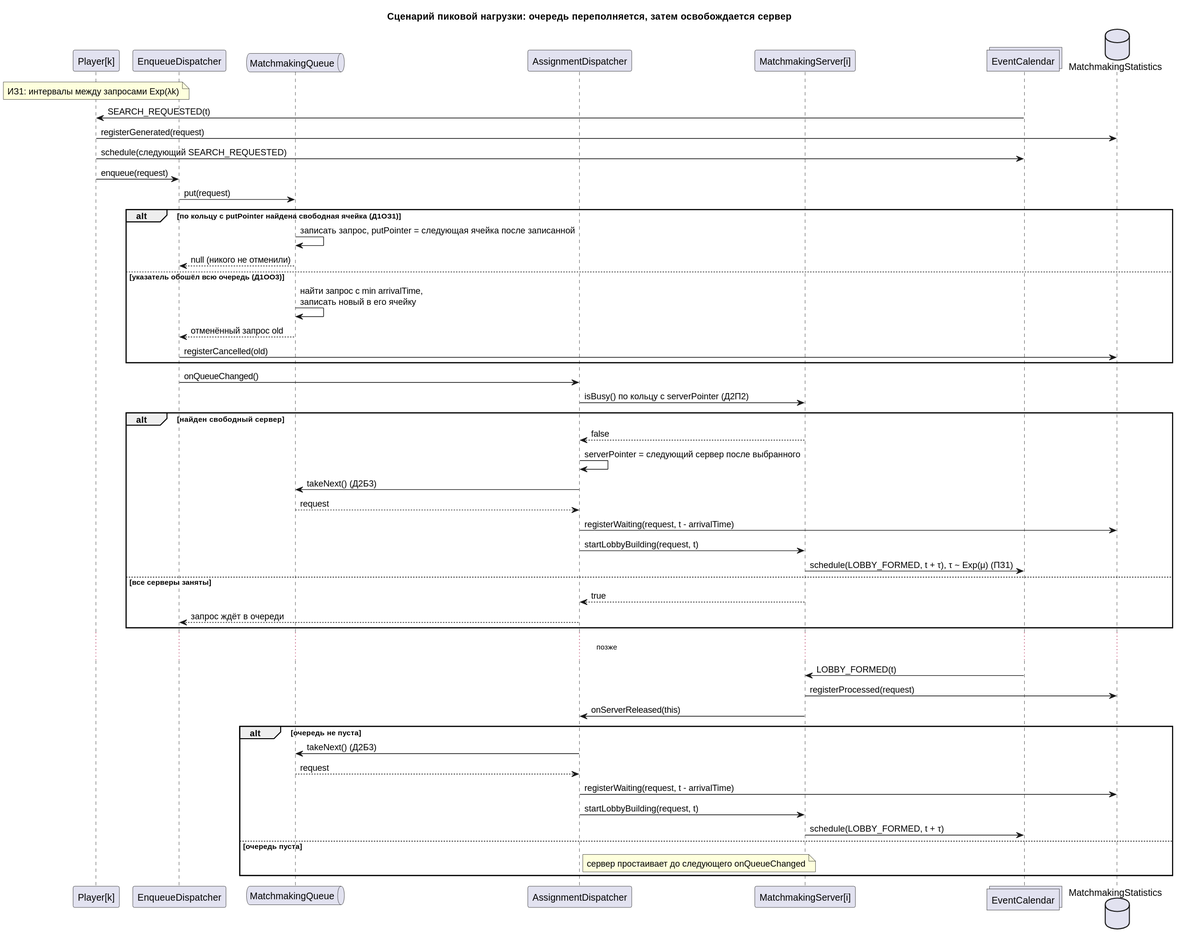
This is artifacts/imgs/peak-load-scenario.svg from Exam-Play/smo-faceit-matchmaking, a PlantUML export, as it was before one commit.
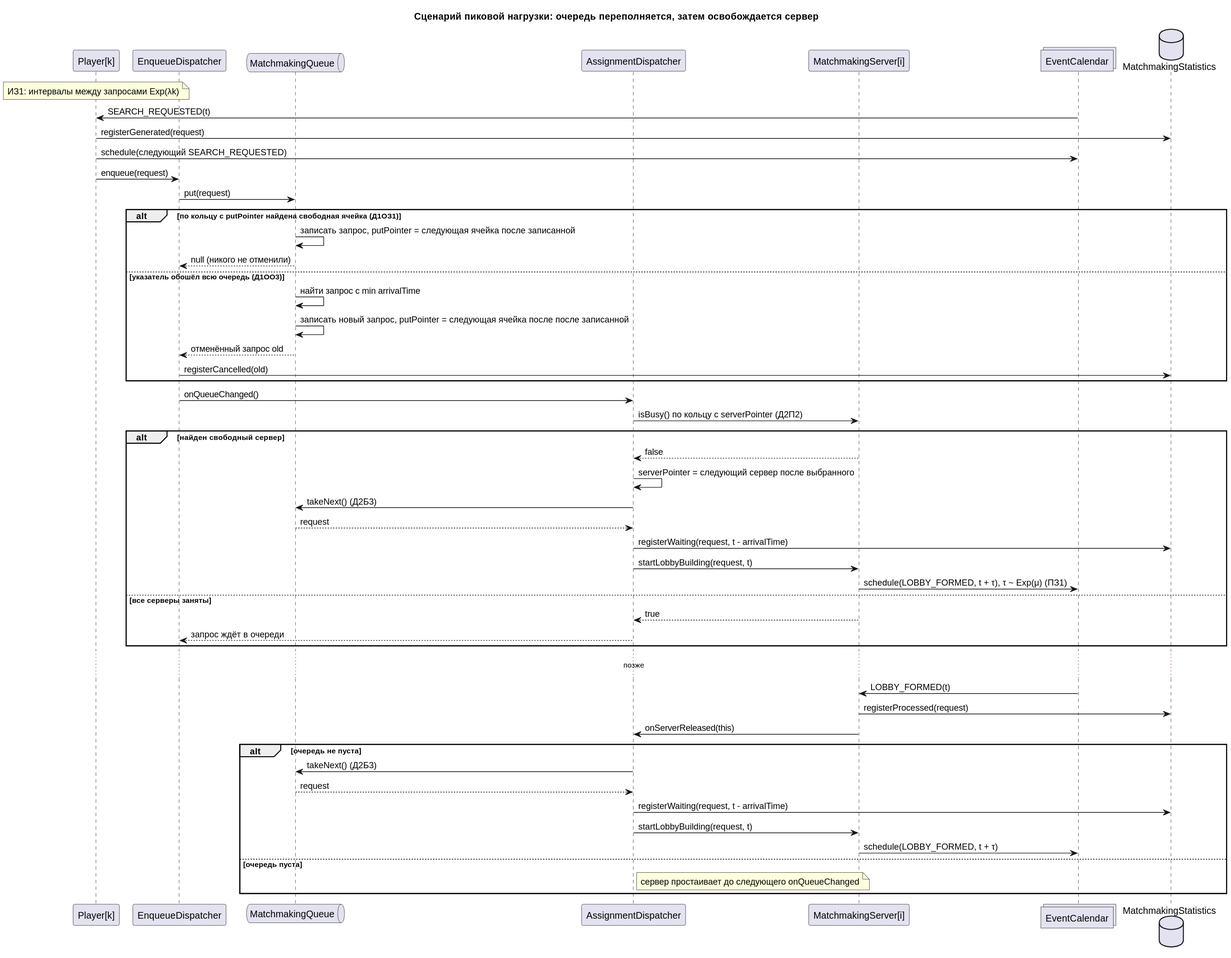
After the change.

The edit, as a diff of the source:
```diff
@@ -21,7 +21,8 @@
   Q -> Q: записать запрос, putPointer = следующая ячейка после записанной
   Q --> ED: null (никого не отменили)
 else указатель обошёл всю очередь (Д1ОО3)
-  Q -> Q: найти запрос с min arrivalTime,\nзаписать новый в его ячейку
+  Q -> Q: найти запрос с min arrivalTime
+  Q -> Q: записать новый запрос, putPointer = следующая ячейка после после записанной
   Q --> ED: отменённый запрос old
   ED -> St: registerCancelled(old)
 end
```
